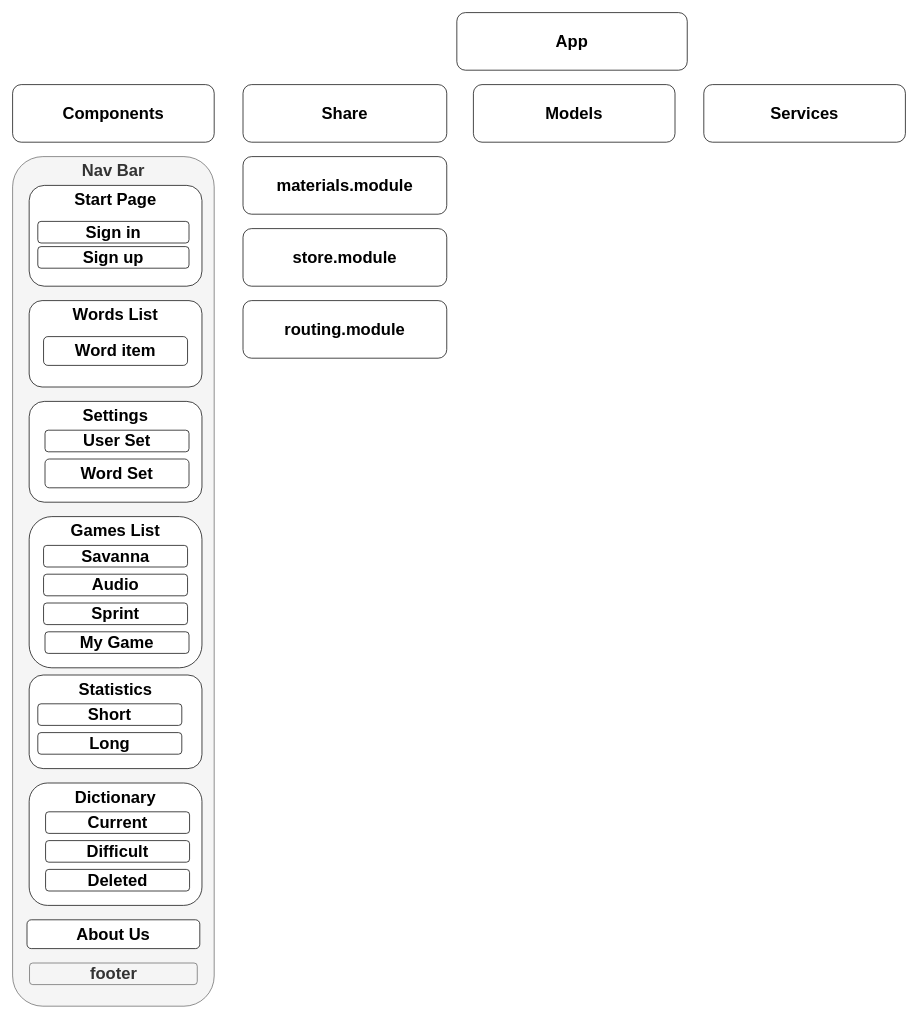
Before: Untitled Diagram.drawio in AndreyAmelchenia/DiagramRsLang, a draw.io diagram. Source tidied: cells renumbered, new cells numbered last; positions are measured from the earlier drawing's top-left corner, leaving out a move shared by most shapes. Both pictures are drawn from the tidied source at 72%, with x=0, y=0 at pixel (12, 12).
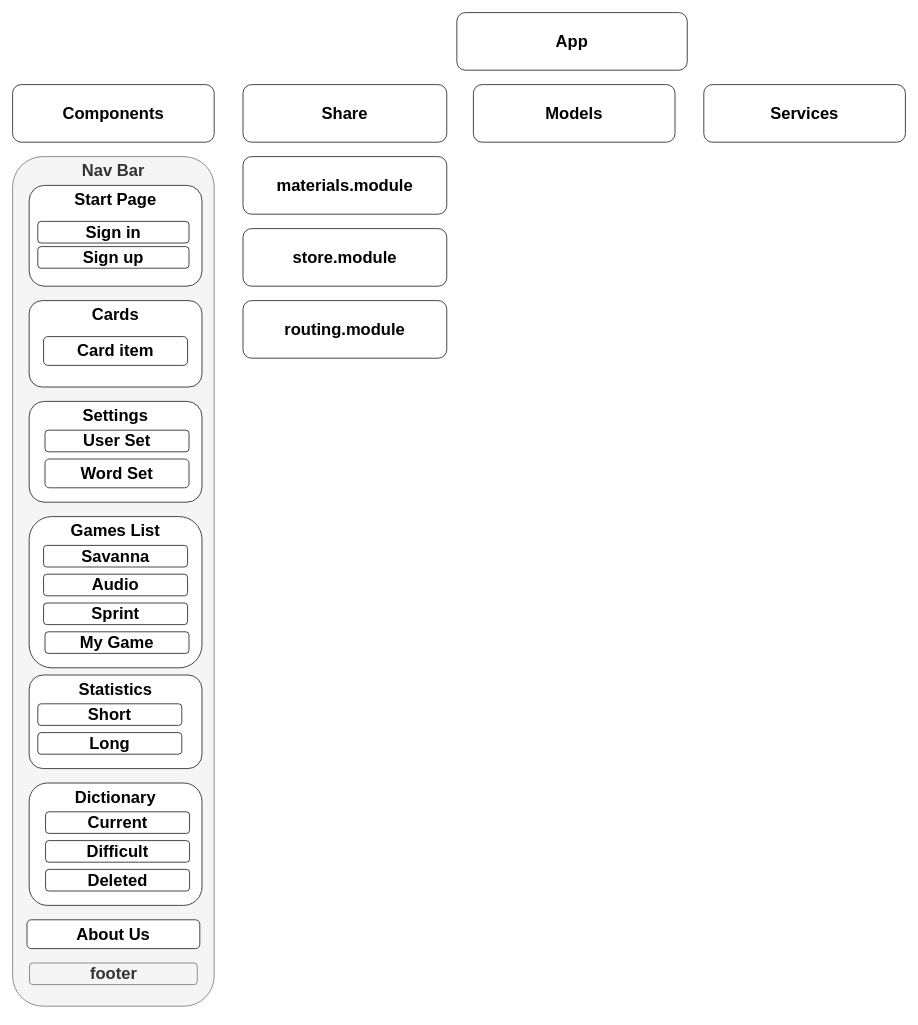
The same page after the edit.

The edit, as a diff of the source:
```diff
@@
-    <mxCell id="13" value="&lt;span style=&quot;font-size: 23px&quot;&gt;&lt;b&gt;Words List&lt;/b&gt;&lt;/span&gt;" style="rounded=1;whiteSpace=wrap;html=1;verticalAlign=top;" parent="1" vertex="1">
+    <mxCell id="13" value="&lt;span style=&quot;font-size: 23px&quot;&gt;&lt;b&gt;Cards&lt;/b&gt;&lt;/span&gt;" style="rounded=1;whiteSpace=wrap;html=1;verticalAlign=top;" parent="1" vertex="1">
       <mxGeometry x="23" y="400" width="240" height="120" as="geometry" />
     </mxCell>
@@
-    <mxCell id="15" value="&lt;span style=&quot;font-size: 23px&quot;&gt;&lt;b&gt;Word item&lt;/b&gt;&lt;/span&gt;" style="rounded=1;whiteSpace=wrap;html=1;" parent="1" vertex="1">
+    <mxCell id="15" value="&lt;span style=&quot;font-size: 23px&quot;&gt;&lt;b&gt;Card item&lt;/b&gt;&lt;/span&gt;" style="rounded=1;whiteSpace=wrap;html=1;" parent="1" vertex="1">
       <mxGeometry x="43" y="450" width="200" height="40" as="geometry" />
     </mxCell>
```
